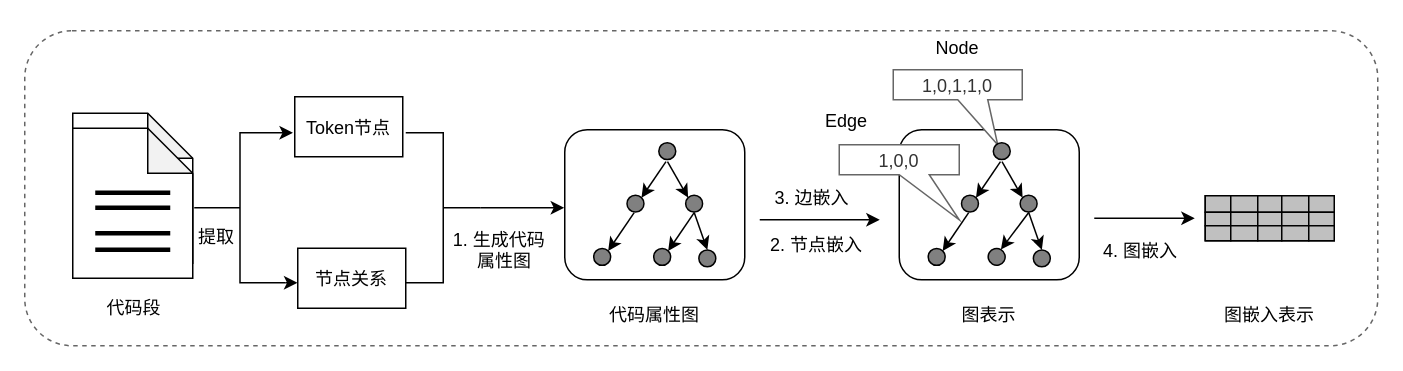
Earlier version of the draw.io diagram page "graph_embedding" (3 of 7) of overview-tongxin.drawio (LxkdGithub/draw.io). Source tidied: cells renumbered, new cells numbered last; positions are measured from the earlier drawing's top-left corner, leaving out a move shared by most shapes. Both pictures are drawn from the tidied source at 150%, with x=0, y=0 at pixel (24, 24).
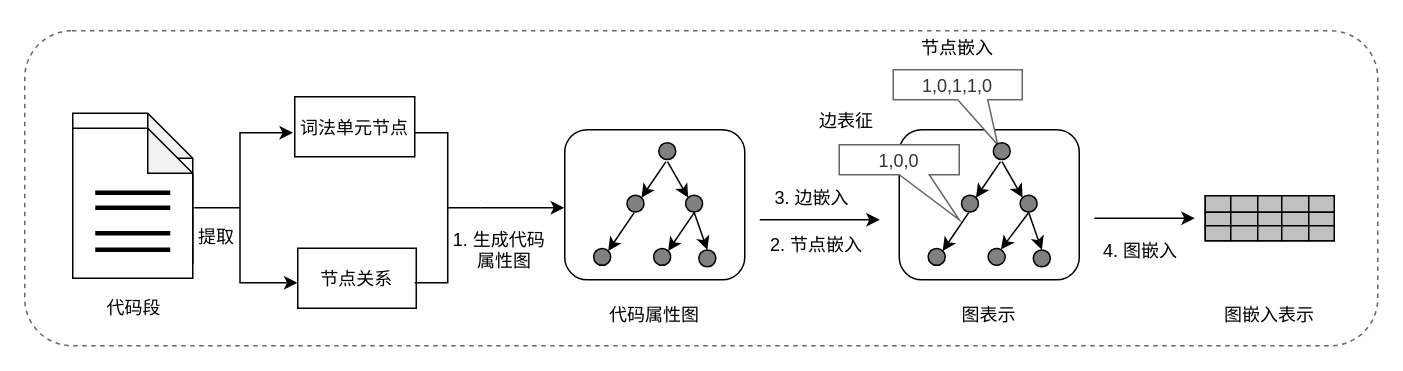
After the change.

Diff of the diagram source:
```diff
@@
-    <mxCell id="15" value="Node" style="text;strokeColor=none;fillColor=none;align=center;verticalAlign=middle;rounded=0;" parent="1" vertex="1">
+    <mxCell id="15" value="节点嵌入" style="text;strokeColor=none;fillColor=none;align=center;verticalAlign=middle;rounded=0;" parent="1" vertex="1">
       <mxGeometry x="592" width="60" height="30" as="geometry" />
     </mxCell>
-    <mxCell id="16" value="Edge" style="text;strokeColor=none;fillColor=none;align=center;verticalAlign=middle;rounded=0;" parent="1" vertex="1">
+    <mxCell id="16" value="边表征" style="text;strokeColor=none;fillColor=none;align=center;verticalAlign=middle;rounded=0;" parent="1" vertex="1">
       <mxGeometry x="518" y="48.6" width="60" height="30" as="geometry" />
     </mxCell>
@@
-    <mxCell id="45" value="Token节点" style="rounded=0;" parent="1" vertex="1">
-      <mxGeometry x="180" y="48" width="72" height="40" as="geometry" />
+    <mxCell id="45" value="词法单元节点" style="rounded=0;" parent="1" vertex="1">
+      <mxGeometry x="180" y="48" width="80" height="40" as="geometry" />
     </mxCell>
     <mxCell id="46" value="节点关系" style="rounded=0;" parent="1" vertex="1">
-      <mxGeometry x="182" y="149" width="72" height="40" as="geometry" />
+      <mxGeometry x="182" y="149" width="79" height="40" as="geometry" />
     </mxCell>
@@
     <mxCell id="52" style="strokeWidth=1;shape=mxgraph.flowchart.annotation_2;align=left;labelPosition=right;rotation=-180;" parent="1" vertex="1">
-      <mxGeometry x="254" y="72" width="50" height="100" as="geometry" />
+      <mxGeometry x="260" y="72" width="44" height="100" as="geometry" />
     </mxCell>
```
